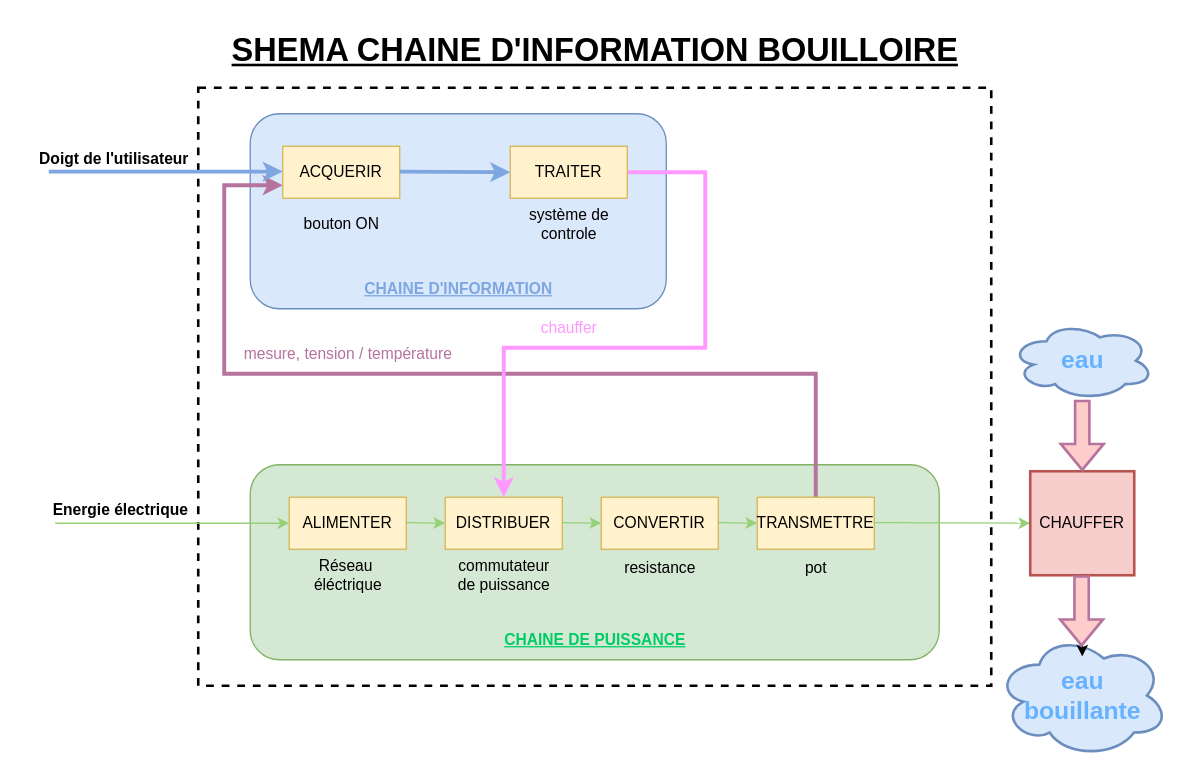
The draw.io diagram Doc/AF/AFI/boilloire shema.drawio in Caillou19/Classeur-SI, before the edit. Source tidied: cells renumbered, new cells numbered last; positions are measured from the earlier drawing's top-left corner, leaving out a move shared by most shapes. Both pictures are drawn from the tidied source at 130%, with x=0, y=0 at pixel (22, 22).
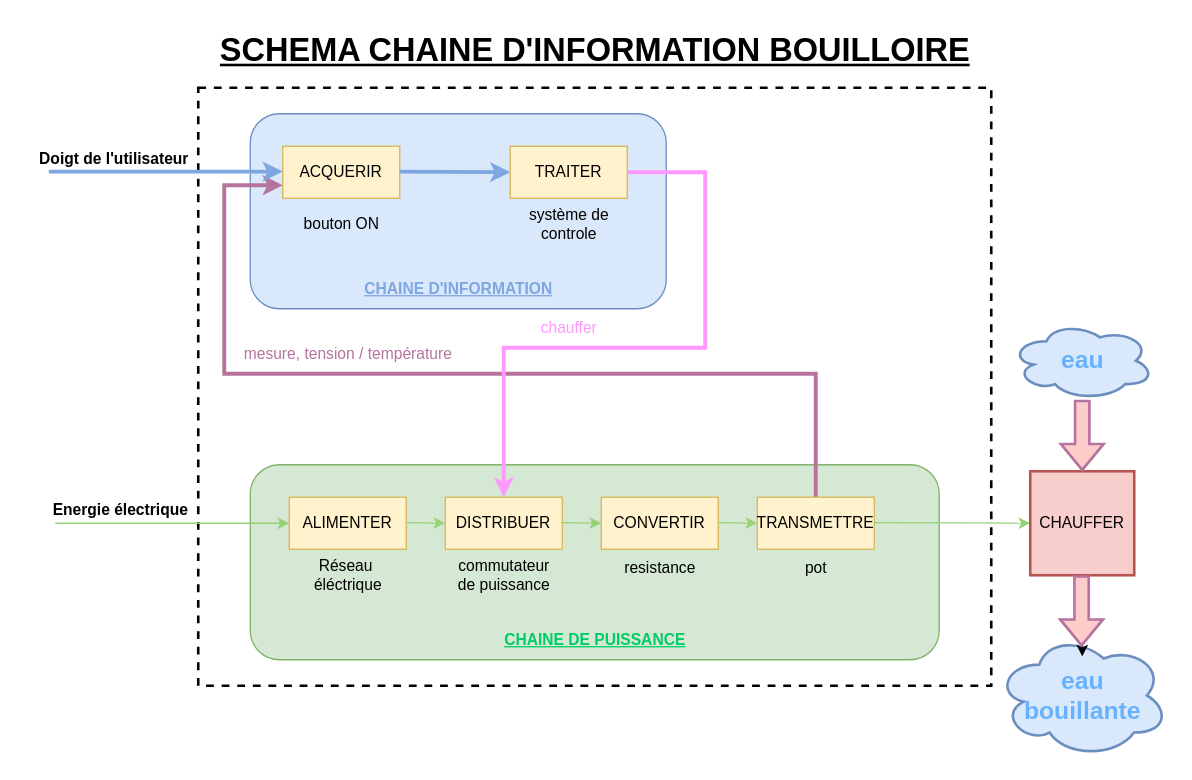
Above is the later version.

Commit message:
Mettre à jour boilloire shema.drawio

Diff of the diagram source:
```diff
@@
-    <mxCell id="40" value="&lt;font style=&quot;font-size: 25px;&quot;&gt;&lt;b&gt;&lt;u&gt;SHEMA CHAINE D'INFORMATION BOUILLOIRE&lt;/u&gt;&lt;/b&gt;&lt;/font&gt;" style="text;html=1;align=center;verticalAlign=middle;strokeColor=none;fillColor=none;" parent="1" vertex="1">
-      <mxGeometry x="150" width="580" height="40" as="geometry" />
+    <mxCell id="40" value="&lt;font style=&quot;font-size: 25px;&quot;&gt;&lt;b&gt;&lt;u&gt;SCHEMA CHAINE D'INFORMATION BOUILLOIRE&lt;/u&gt;&lt;/b&gt;&lt;/font&gt;" style="text;html=1;align=center;verticalAlign=middle;strokeColor=none;fillColor=none;" parent="1" vertex="1">
+      <mxGeometry x="140" width="600" height="40" as="geometry" />
     </mxCell>
```
